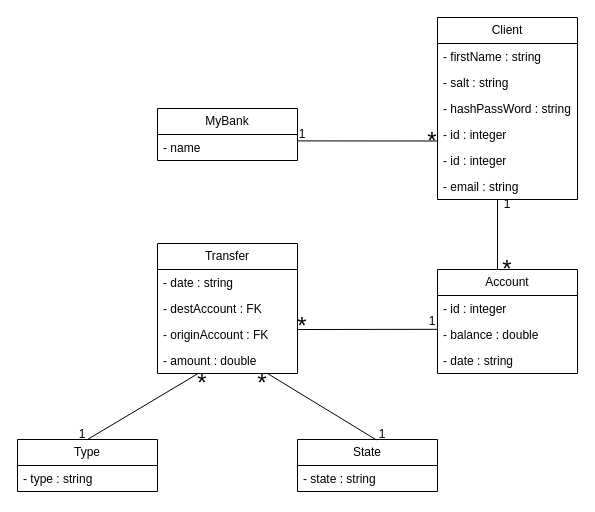
Earlier version of the draw.io diagram BankDB/BankDB.drawio (JFSLopes/Bank-System-SQLITE). Source tidied: cells renumbered, new cells numbered last; positions are measured from the earlier drawing's top-left corner, leaving out a move shared by most shapes. Both pictures are drawn from the tidied source at 100%, with x=0, y=0 at pixel (17, 17).
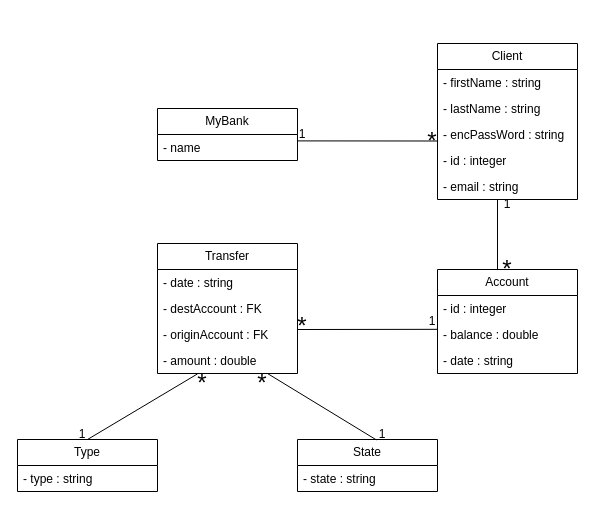
Above is the later version.

The edit, as a diff of the source:
```diff
@@
     <mxCell id="4" value="Client" style="swimlane;fontStyle=0;horizontal=1;startSize=26;fillColor=none;whiteSpace=wrap;html=1;" parent="1" vertex="1">
-      <mxGeometry x="420" width="140" height="182" as="geometry" />
+      <mxGeometry x="420" y="26" width="140" height="156" as="geometry" />
     </mxCell>
@@
-    <mxCell id="6" value="- salt : string" style="text;strokeColor=none;fillColor=none;align=left;verticalAlign=top;spacingLeft=4;spacingRight=4;overflow=hidden;whiteSpace=wrap;html=1;" parent="4" vertex="1">
-      <mxGeometry y="52" width="140" height="26" as="geometry" />
-    </mxCell>
+    <mxCell id="8" value="- lastName : string" style="text;strokeColor=none;fillColor=none;align=left;verticalAlign=top;spacingLeft=4;spacingRight=4;overflow=hidden;whiteSpace=wrap;html=1;" parent="4" vertex="1">
+      <mxGeometry y="52" width="140" height="26" as="geometry" />
+    </mxCell>
-    <mxCell id="7" value="- hashPassWord : string" style="text;strokeColor=none;fillColor=none;align=left;verticalAlign=top;spacingLeft=4;spacingRight=4;overflow=hidden;whiteSpace=wrap;html=1;" parent="4" vertex="1">
+    <mxCell id="7" value="- encPassWord : string" style="text;strokeColor=none;fillColor=none;align=left;verticalAlign=top;spacingLeft=4;spacingRight=4;overflow=hidden;whiteSpace=wrap;html=1;" parent="4" vertex="1">
       <mxGeometry y="78" width="140" height="26" as="geometry" />
     </mxCell>
-    <mxCell id="8" value="- id : integer" style="text;strokeColor=none;fillColor=none;align=left;verticalAlign=top;spacingLeft=4;spacingRight=4;overflow=hidden;whiteSpace=wrap;html=1;" parent="4" vertex="1">
-      <mxGeometry y="104" width="140" height="26" as="geometry" />
-    </mxCell>
     <mxCell id="9" value="- id : integer" style="text;strokeColor=none;fillColor=none;align=left;verticalAlign=top;spacingLeft=4;spacingRight=4;overflow=hidden;whiteSpace=wrap;html=1;" parent="4" vertex="1">
-      <mxGeometry y="130" width="140" height="26" as="geometry" />
+      <mxGeometry y="104" width="140" height="26" as="geometry" />
     </mxCell>
     <mxCell id="10" value="- email : string" style="text;strokeColor=none;fillColor=none;align=left;verticalAlign=top;spacingLeft=4;spacingRight=4;overflow=hidden;whiteSpace=wrap;html=1;" parent="4" vertex="1">
-      <mxGeometry y="156" width="140" height="26" as="geometry" />
+      <mxGeometry y="130" width="140" height="26" as="geometry" />
     </mxCell>
```
